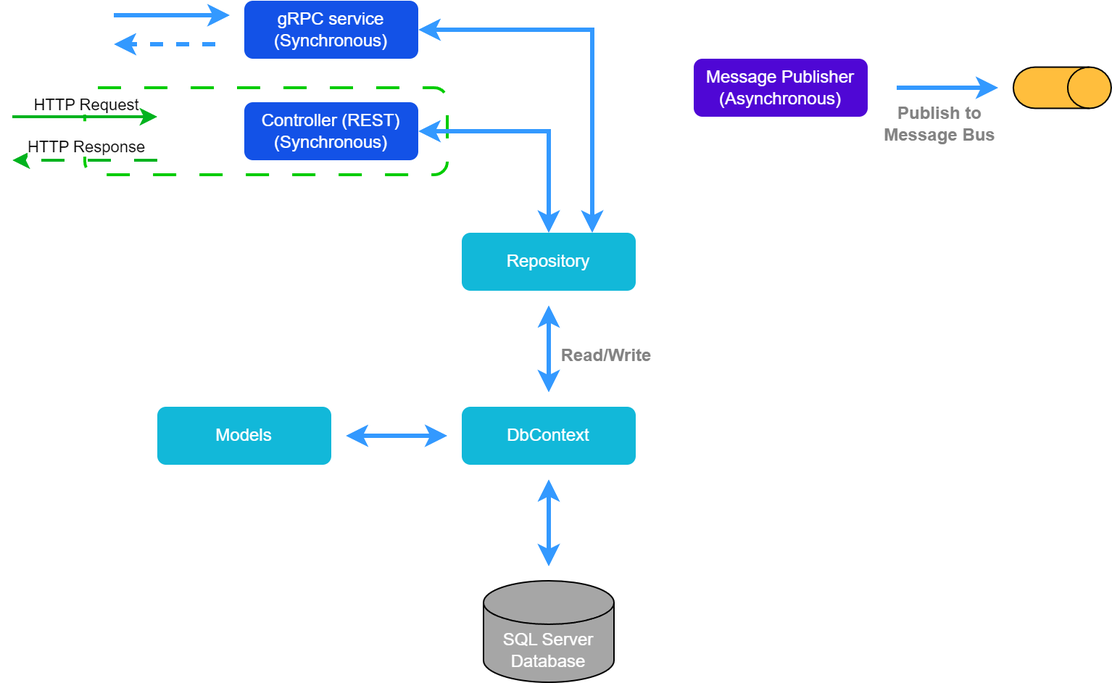
Earlier version of the draw.io export img/Catalog_Architecture_Schema.png (binaryshogun/HeraclesStore). Source tidied: cells renumbered, new cells last; positions are measured from the earlier drawing's top-left corner, leaving out a move shared by most shapes.
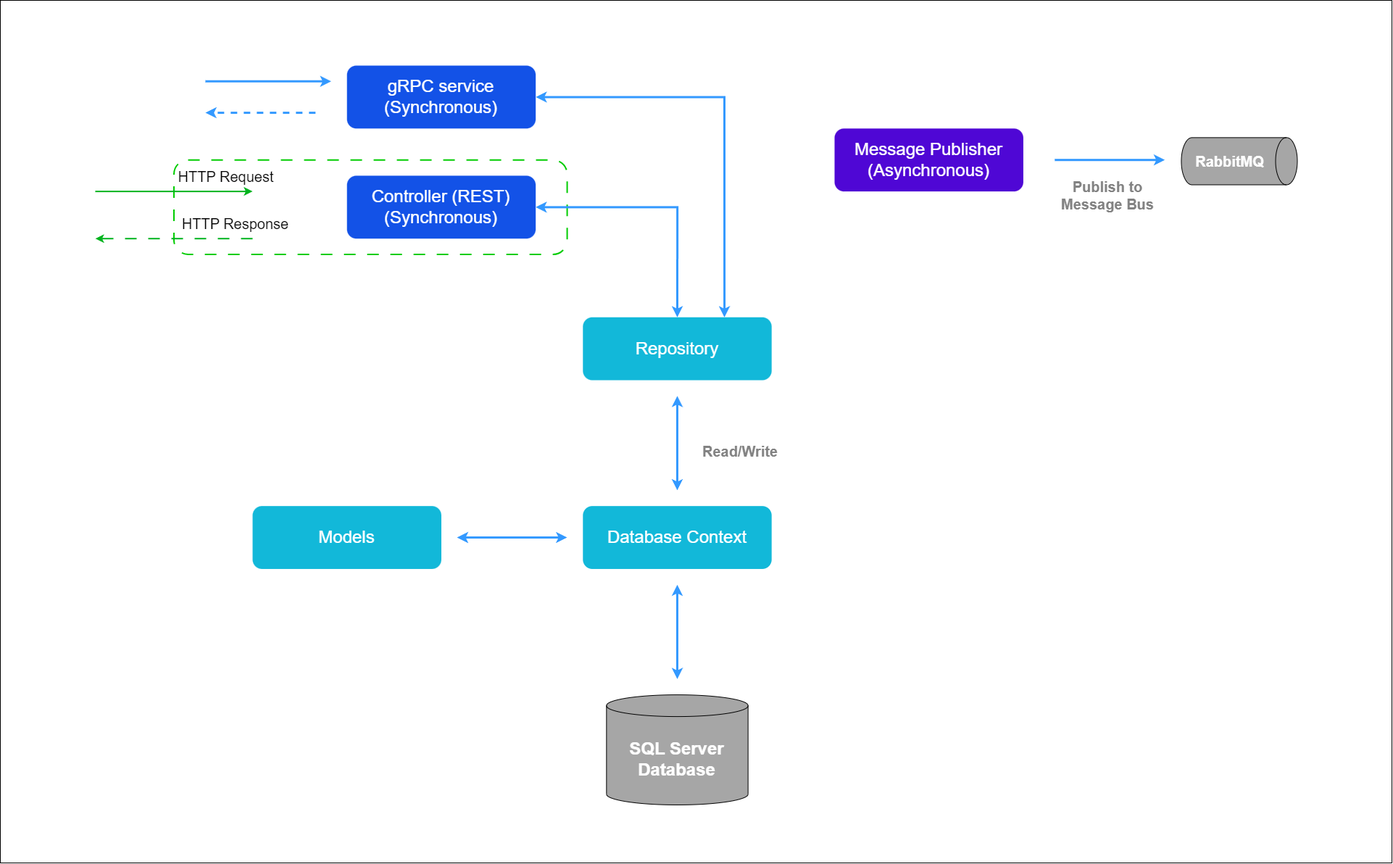
After the change.

Commit message:
feat: update existsing architecture schemas

Change to the diagram source:
```diff
@@ -1,103 +1,109 @@
-<mxGraphModel>
+<mxGraphModel background="#ffffff">
   <root>
     <mxCell id="0" />
     <mxCell id="1" parent="0" />
+    <mxCell id="25" style="rounded=0;whiteSpace=wrap;html=1;" parent="1" vertex="1">
+      <mxGeometry x="-20" y="-140" width="1920" height="1190" as="geometry" />
+    </mxCell>
+    <mxCell id="26" style="group;" parent="1" vertex="1">
+      <mxGeometry x="111" y="-50" width="1658.5" height="1020" as="geometry" />
+    </mxCell>
-    <mxCell id="2" style="rounded=1;whiteSpace=wrap;html=1;fontColor=none;noLabel=1;fillColor=none;strokeColor=#00CC00;dashed=1;dashPattern=8 8;strokeWidth=2;" parent="1" vertex="1">
-      <mxGeometry x="50" y="60" width="250" height="60" as="geometry" />
+    <mxCell id="2" style="rounded=1;whiteSpace=wrap;html=1;fontColor=none;noLabel=1;fillColor=none;strokeColor=#00CC00;dashed=1;dashPattern=8 8;strokeWidth=2;" parent="26" vertex="1">
+      <mxGeometry x="108.5" y="130.2" width="542.6" height="130.2" as="geometry" />
     </mxCell>
-    <mxCell id="3" value="gRPC service&lt;br&gt;(Synchronous)" style="rounded=1;whiteSpace=wrap;html=1;fillColor=#1352e7;fontColor=#FFFFFF;strokeColor=none;" parent="1" vertex="1">
-      <mxGeometry x="160" width="120" height="40" as="geometry" />
+    <mxCell id="3" value="&lt;font style=&quot;font-size: 24px;&quot;&gt;gRPC service&lt;br style=&quot;font-size: 24px;&quot;&gt;(Synchronous)&lt;/font&gt;" style="rounded=1;whiteSpace=wrap;html=1;fillColor=#1352e7;fontColor=#FFFFFF;strokeColor=none;fontSize=24;" parent="26" vertex="1">
+      <mxGeometry x="347.2" width="260.4" height="86.8" as="geometry" />
     </mxCell>
-    <mxCell id="4" value="Controller (REST)&lt;br&gt;(Synchronous)" style="rounded=1;whiteSpace=wrap;html=1;fillColor=#1352e7;fontColor=#FFFFFF;strokeColor=none;" parent="1" vertex="1">
-      <mxGeometry x="160" y="70" width="120" height="40" as="geometry" />
+    <mxCell id="4" value="&lt;font style=&quot;font-size: 24px;&quot;&gt;Controller (REST)&lt;br style=&quot;font-size: 24px;&quot;&gt;(Synchronous)&lt;/font&gt;" style="rounded=1;whiteSpace=wrap;html=1;fillColor=#1352e7;fontColor=#FFFFFF;strokeColor=none;fontSize=24;" parent="26" vertex="1">
+      <mxGeometry x="347.2" y="151.9" width="260.4" height="86.8" as="geometry" />
     </mxCell>
-    <mxCell id="5" style="endArrow=classic;html=1;rounded=0;strokeWidth=2;strokeColor=#00b31e;" parent="1" edge="1">
+    <mxCell id="5" style="endArrow=classic;html=1;rounded=0;strokeWidth=2;strokeColor=#00b31e;" parent="26" edge="1">
       <mxGeometry relative="1" as="geometry">
-        <mxPoint y="80" as="sourcePoint" />
-        <mxPoint x="100" y="80" as="targetPoint" />
+        <mxPoint y="173.6" as="sourcePoint" />
+        <mxPoint x="217" y="173.6" as="targetPoint" />
       </mxGeometry>
     </mxCell>
-    <mxCell id="6" value="HTTP Request" style="edgeLabel;html=1;align=center;verticalAlign=middle;" parent="5" vertex="1">
+    <mxCell id="6" value="&lt;font style=&quot;font-size: 20px;&quot;&gt;HTTP Request&lt;/font&gt;" style="edgeLabel;html=1;align=center;verticalAlign=middle;fontSize=20;" parent="5" vertex="1">
       <mxGeometry x="-0.7" y="1" relative="1" as="geometry">
-        <mxPoint x="35" y="-8" as="offset" />
+        <mxPoint x="147" y="-21" as="offset" />
       </mxGeometry>
     </mxCell>
-    <mxCell id="7" style="endArrow=classic;html=1;rounded=0;strokeWidth=2;strokeColor=#00b31e;dashed=1;dashPattern=8 8;" parent="1" edge="1">
+    <mxCell id="7" style="endArrow=classic;html=1;rounded=0;strokeWidth=2;strokeColor=#00b31e;dashed=1;dashPattern=8 8;" parent="26" edge="1">
       <mxGeometry relative="1" as="geometry">
-        <mxPoint x="100" y="110" as="sourcePoint" />
-        <mxPoint y="110" as="targetPoint" />
+        <mxPoint x="217" y="238.7" as="sourcePoint" />
+        <mxPoint y="238.7" as="targetPoint" />
       </mxGeometry>
     </mxCell>
-    <mxCell id="8" value="HTTP Response" style="edgeLabel;html=1;align=center;verticalAlign=middle;" parent="7" vertex="1">
+    <mxCell id="8" value="&lt;font style=&quot;font-size: 20px;&quot;&gt;HTTP Response&lt;/font&gt;" style="edgeLabel;html=1;align=center;verticalAlign=middle;fontSize=20;" parent="7" vertex="1">
       <mxGeometry x="-0.7" y="1" relative="1" as="geometry">
-        <mxPoint x="-35" y="-11" as="offset" />
+        <mxPoint x="6" y="-23" as="offset" />
       </mxGeometry>
     </mxCell>
-    <mxCell id="9" value="Repository" style="rounded=1;whiteSpace=wrap;html=1;fillColor=#12b8d9;fontColor=#ffffff;strokeColor=none;" parent="1" vertex="1">
-      <mxGeometry x="310" y="160" width="120" height="40" as="geometry" />
+    <mxCell id="9" value="&lt;font style=&quot;font-size: 24px;&quot;&gt;Repository&lt;/font&gt;" style="rounded=1;whiteSpace=wrap;html=1;fillColor=#12b8d9;fontColor=#ffffff;strokeColor=none;fontSize=24;" parent="26" vertex="1">
+      <mxGeometry x="672.8" y="347.2" width="260.4" height="86.8" as="geometry" />
     </mxCell>
-    <mxCell id="10" style="endArrow=classic;startArrow=classic;html=1;rounded=0;entryX=1;entryY=0.5;entryDx=0;entryDy=0;exitX=0.75;exitY=0;exitDx=0;exitDy=0;edgeStyle=orthogonalEdgeStyle;strokeWidth=3;strokeColor=#3399FF;" parent="1" edge="1" source="9" target="3">
+    <mxCell id="10" style="endArrow=classic;startArrow=classic;html=1;rounded=0;entryX=1;entryY=0.5;entryDx=0;entryDy=0;exitX=0.75;exitY=0;exitDx=0;exitDy=0;edgeStyle=orthogonalEdgeStyle;strokeWidth=3;strokeColor=#3399FF;" parent="26" edge="1" source="9" target="3">
       <mxGeometry relative="1" as="geometry" />
     </mxCell>
-    <mxCell id="11" style="endArrow=classic;startArrow=classic;html=1;rounded=0;entryX=1;entryY=0.5;entryDx=0;entryDy=0;exitX=0.5;exitY=0;exitDx=0;exitDy=0;edgeStyle=orthogonalEdgeStyle;strokeWidth=3;strokeColor=#3399FF;" parent="1" edge="1" source="9" target="4">
+    <mxCell id="11" style="endArrow=classic;startArrow=classic;html=1;rounded=0;entryX=1;entryY=0.5;entryDx=0;entryDy=0;exitX=0.5;exitY=0;exitDx=0;exitDy=0;edgeStyle=orthogonalEdgeStyle;strokeWidth=3;strokeColor=#3399FF;" parent="26" edge="1" source="9" target="4">
       <mxGeometry relative="1" as="geometry" />
     </mxCell>
-    <mxCell id="12" style="endArrow=classic;html=1;rounded=0;strokeColor=#3399FF;strokeWidth=3;dashed=1;endFill=1;" parent="1" edge="1">
+    <mxCell id="12" style="endArrow=classic;html=1;rounded=0;strokeColor=#3399FF;strokeWidth=3;dashed=1;endFill=1;" parent="26" edge="1">
       <mxGeometry relative="1" as="geometry">
-        <mxPoint x="140" y="30" as="sourcePoint" />
-        <mxPoint x="70" y="30" as="targetPoint" />
+        <mxPoint x="303.8" y="65.1" as="sourcePoint" />
+        <mxPoint x="151.9" y="65.1" as="targetPoint" />
       </mxGeometry>
     </mxCell>
-    <mxCell id="13" style="endArrow=classic;html=1;rounded=0;strokeColor=#3399FF;strokeWidth=3;endFill=1;" parent="1" edge="1">
+    <mxCell id="13" style="endArrow=classic;html=1;rounded=0;strokeColor=#3399FF;strokeWidth=3;endFill=1;" parent="26" edge="1">
       <mxGeometry relative="1" as="geometry">
-        <mxPoint x="70" y="10" as="sourcePoint" />
-        <mxPoint x="150" y="10" as="targetPoint" />
+        <mxPoint x="151.9" y="21.7" as="sourcePoint" />
+        <mxPoint x="325.5" y="21.7" as="targetPoint" />
       </mxGeometry>
     </mxCell>
-    <mxCell id="14" value="DbContext" style="rounded=1;whiteSpace=wrap;html=1;fillColor=#12b8d9;strokeColor=none;fontColor=#FFFFFF;" parent="1" vertex="1">
-      <mxGeometry x="310" y="280" width="120" height="40" as="geometry" />
+    <mxCell id="14" value="&lt;font style=&quot;font-size: 24px;&quot;&gt;Database Context&lt;/font&gt;" style="rounded=1;whiteSpace=wrap;html=1;fillColor=#12b8d9;strokeColor=none;fontColor=#FFFFFF;fontSize=24;" parent="26" vertex="1">
+      <mxGeometry x="672.8" y="607.7" width="260.4" height="86.8" as="geometry" />
     </mxCell>
-    <mxCell id="15" style="endArrow=classic;startArrow=classic;html=1;rounded=0;edgeStyle=orthogonalEdgeStyle;strokeWidth=3;strokeColor=#3399FF;" parent="1" edge="1">
+    <mxCell id="15" style="endArrow=classic;startArrow=classic;html=1;rounded=0;edgeStyle=orthogonalEdgeStyle;strokeWidth=3;strokeColor=#3399FF;" parent="26" edge="1">
       <mxGeometry relative="1" as="geometry">
-        <mxPoint x="370" y="270" as="sourcePoint" />
-        <mxPoint x="370" y="210" as="targetPoint" />
+        <mxPoint x="803" y="586" as="sourcePoint" />
+        <mxPoint x="803" y="455.7" as="targetPoint" />
       </mxGeometry>
     </mxCell>
-    <mxCell id="16" value="Read/Write" style="text;html=1;strokeColor=none;fillColor=none;align=center;verticalAlign=middle;whiteSpace=wrap;rounded=0;fontColor=#828282;fontStyle=1;" parent="1" vertex="1">
-      <mxGeometry x="380" y="230" width="60" height="30" as="geometry" />
+    <mxCell id="16" value="Read/Write" style="text;html=1;strokeColor=none;fillColor=none;align=center;verticalAlign=middle;whiteSpace=wrap;rounded=0;fontColor=#828282;fontStyle=1;fontSize=20;" parent="26" vertex="1">
+      <mxGeometry x="824.7" y="499.1" width="130.2" height="65.1" as="geometry" />
     </mxCell>
-    <mxCell id="17" value="Models" style="rounded=1;whiteSpace=wrap;html=1;fillColor=#12b8d9;strokeColor=none;fontColor=#FFFFFF;" parent="1" vertex="1">
-      <mxGeometry x="100" y="280" width="120" height="40" as="geometry" />
+    <mxCell id="17" value="&lt;font style=&quot;font-size: 24px;&quot;&gt;Models&lt;/font&gt;" style="rounded=1;whiteSpace=wrap;html=1;fillColor=#12b8d9;strokeColor=none;fontColor=#FFFFFF;fontSize=24;" parent="26" vertex="1">
+      <mxGeometry x="217" y="607.7" width="260.4" height="86.8" as="geometry" />
     </mxCell>
-    <mxCell id="18" style="endArrow=classic;startArrow=classic;html=1;rounded=0;edgeStyle=orthogonalEdgeStyle;strokeWidth=3;strokeColor=#3399FF;" parent="1" edge="1">
+    <mxCell id="18" style="endArrow=classic;startArrow=classic;html=1;rounded=0;edgeStyle=orthogonalEdgeStyle;strokeWidth=3;strokeColor=#3399FF;" parent="26" edge="1">
       <mxGeometry relative="1" as="geometry">
-        <mxPoint x="230" y="300" as="sourcePoint" />
-        <mxPoint x="300" y="300" as="targetPoint" />
+        <mxPoint x="499.1" y="651.1" as="sourcePoint" />
+        <mxPoint x="651.1" y="651.1" as="targetPoint" />
       </mxGeometry>
     </mxCell>
-    <mxCell id="19" value="SQL Server Database" style="shape=cylinder3;whiteSpace=wrap;html=1;boundedLbl=1;backgroundOutline=1;size=15;strokeColor=default;fillColor=#A6A6A6;fontColor=#FFFFFF;" parent="1" vertex="1">
-      <mxGeometry x="325" y="400" width="90" height="70" as="geometry" />
+    <mxCell id="19" value="&lt;font style=&quot;font-size: 24px;&quot;&gt;&lt;b style=&quot;font-size: 24px;&quot;&gt;SQL Server Database&lt;/b&gt;&lt;/font&gt;" style="shape=cylinder3;whiteSpace=wrap;html=1;boundedLbl=1;backgroundOutline=1;size=15;strokeColor=default;fillColor=#A6A6A6;fontColor=#FFFFFF;fontSize=24;" parent="26" vertex="1">
+      <mxGeometry x="705.3" y="868.1" width="195.3" height="151.9" as="geometry" />
     </mxCell>
-    <mxCell id="20" style="endArrow=classic;startArrow=classic;html=1;rounded=0;edgeStyle=orthogonalEdgeStyle;strokeWidth=3;strokeColor=#3399FF;" parent="1" edge="1">
+    <mxCell id="20" style="endArrow=classic;startArrow=classic;html=1;rounded=0;edgeStyle=orthogonalEdgeStyle;strokeWidth=3;strokeColor=#3399FF;" parent="26" edge="1">
       <mxGeometry relative="1" as="geometry">
-        <mxPoint x="370" y="390" as="sourcePoint" />
-        <mxPoint x="370" y="330" as="targetPoint" />
+        <mxPoint x="803" y="846.4" as="sourcePoint" />
+        <mxPoint x="803" y="716.2" as="targetPoint" />
       </mxGeometry>
     </mxCell>
-    <mxCell id="21" value="Message Publisher (Asynchronous)" style="rounded=1;whiteSpace=wrap;html=1;fillColor=#4f07d5;fontColor=#FFFFFF;strokeColor=none;" parent="1" vertex="1">
-      <mxGeometry x="470" y="40" width="120" height="40" as="geometry" />
+    <mxCell id="21" value="&lt;font style=&quot;font-size: 24px;&quot;&gt;Message Publisher (Asynchronous)&lt;/font&gt;" style="rounded=1;whiteSpace=wrap;html=1;fillColor=#4f07d5;fontColor=#FFFFFF;strokeColor=none;fontSize=24;" parent="26" vertex="1">
+      <mxGeometry x="1020" y="86.8" width="260.4" height="86.8" as="geometry" />
     </mxCell>
-    <mxCell id="22" style="shape=cylinder3;whiteSpace=wrap;html=1;boundedLbl=1;backgroundOutline=1;size=15;fillColor=#FFBE3D;rotation=90;" parent="1" vertex="1">
-      <mxGeometry x="710" y="26.2" width="28.4" height="67.5" as="geometry" />
+    <mxCell id="22" value="&lt;font color=&quot;#ffffff&quot; style=&quot;font-size: 20px;&quot;&gt;&lt;b style=&quot;font-size: 20px;&quot;&gt;RabbitMQ&lt;/b&gt;&lt;/font&gt;" style="shape=cylinder3;whiteSpace=wrap;html=1;boundedLbl=1;backgroundOutline=1;size=15;fillColor=#A6A6A6;rotation=90;horizontal=0;fontSize=20;" parent="26" vertex="1">
+      <mxGeometry x="1545.9" y="51.9" width="65.1" height="160.1" as="geometry" />
     </mxCell>
-    <mxCell id="23" style="endArrow=classic;html=1;rounded=0;strokeColor=#3399FF;strokeWidth=3;endFill=1;" parent="1" edge="1">
+    <mxCell id="23" style="endArrow=classic;html=1;rounded=0;strokeColor=#3399FF;strokeWidth=3;endFill=1;" parent="26" edge="1">
       <mxGeometry relative="1" as="geometry">
-        <mxPoint x="610" y="60" as="sourcePoint" />
-        <mxPoint x="680" y="60" as="targetPoint" />
+        <mxPoint x="1323.8" y="130.2" as="sourcePoint" />
+        <mxPoint x="1475.7" y="130.2" as="targetPoint" />
       </mxGeometry>
     </mxCell>
-    <mxCell id="24" value="Publish to Message Bus" style="text;html=1;strokeColor=none;fillColor=none;align=center;verticalAlign=middle;whiteSpace=wrap;rounded=0;fontColor=#828282;fontSize=12;fontStyle=1;" parent="1" vertex="1">
-      <mxGeometry x="600" y="70" width="80" height="30" as="geometry" />
+    <mxCell id="24" value="&lt;font style=&quot;font-size: 20px;&quot;&gt;Publish to Message Bus&lt;/font&gt;" style="text;html=1;strokeColor=none;fillColor=none;align=center;verticalAlign=middle;whiteSpace=wrap;rounded=0;fontColor=#828282;fontSize=20;fontStyle=1;" parent="26" vertex="1">
+      <mxGeometry x="1310" y="146.8" width="173.6" height="65.1" as="geometry" />
     </mxCell>
   </root>
 </mxGraphModel>
```
